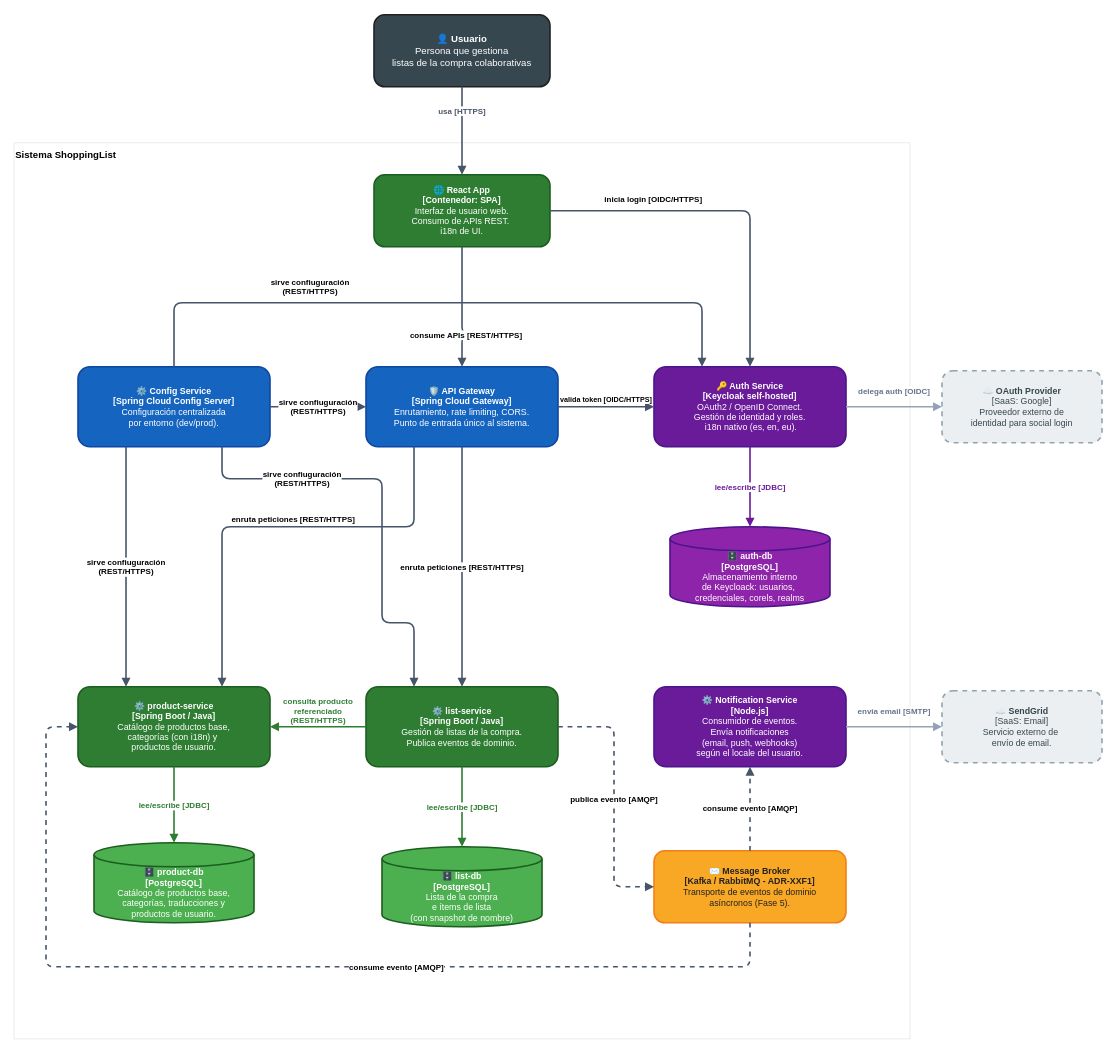
This is docs/architecture/img/c4-level2-containers.drawio.xml from ivborrezo/shopping-list, a draw.io file, before an edit. Source tidied: cells renumbered, new cells numbered last; positions are measured from the earlier drawing's top-left corner, leaving out a move shared by most shapes. Both pictures are drawn from the tidied source at 80%, with x=0, y=0 at pixel (14, 14).
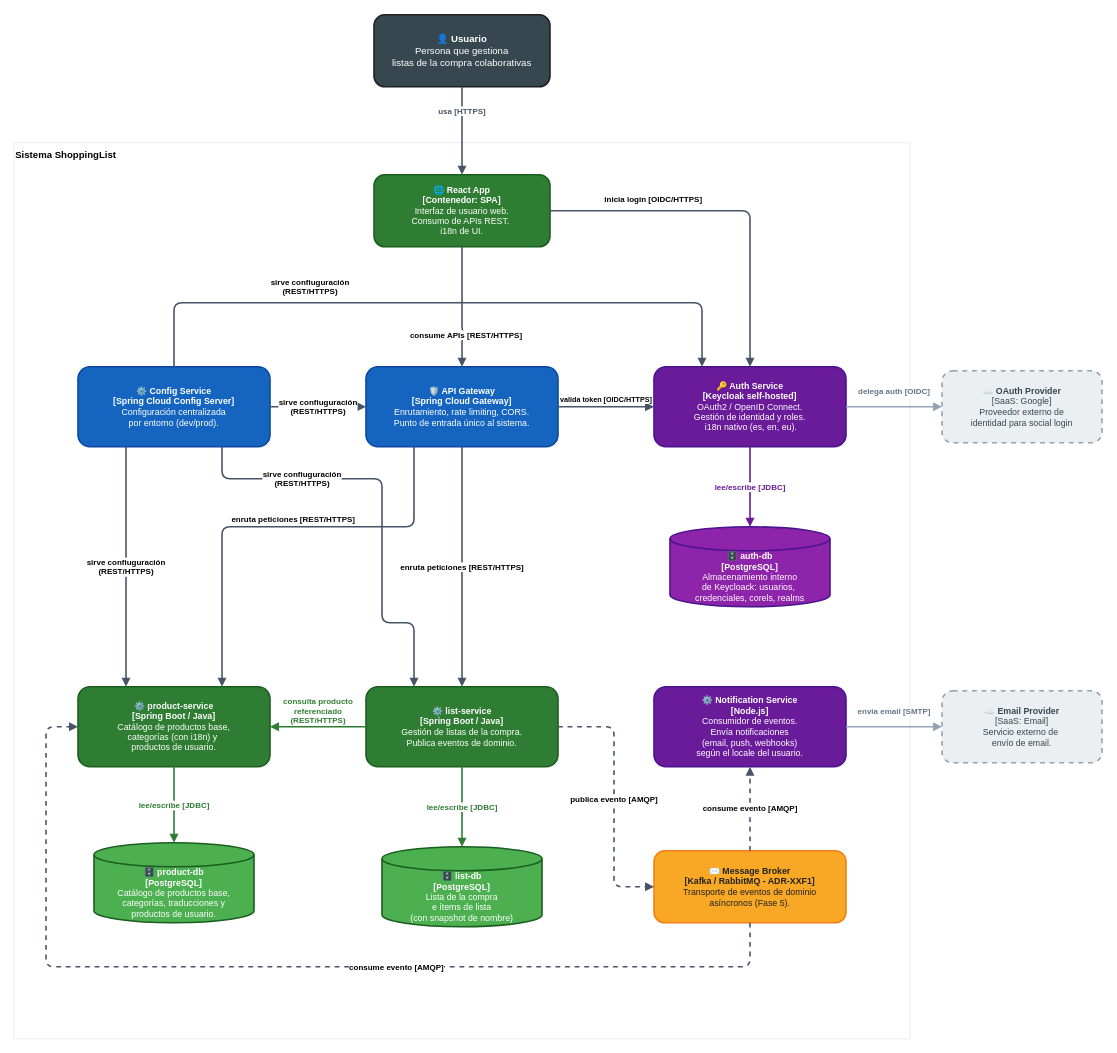
The same page after the edit.

Commit message (it also covers changes not shown here):
docs(architecture): dejar genérico el proveedor de email del C4

El proveedor concreto no es una decisión tomada; se alinea con el
tratamiento genérico de OAuth Provider. El .svg se regenera desde el
.drawio.xml.

Diff of the diagram source:
```diff
@@
-    <mxCell id="16" value="&lt;div align=&quot;center&quot;&gt;&lt;b&gt;☁️ SendGrid&lt;/b&gt;&lt;br&gt;[SaaS: Email]&lt;br&gt;&lt;div&gt;Servicio externo de&amp;nbsp;&lt;/div&gt;&lt;div&gt;envío de email.&lt;/div&gt;&lt;/div&gt;" style="rounded=1;whiteSpace=wrap;html=1;dashed=1;fillColor=#ECEFF1;strokeColor=#90A4AE;strokeWidth=2;fontColor=#37474F;fontSize=11;align=center;" parent="1" vertex="1">
+    <mxCell id="16" value="&lt;div align=&quot;center&quot;&gt;&lt;b&gt;☁️ Email Provider&lt;/b&gt;&lt;br&gt;[SaaS: Email]&lt;br&gt;&lt;div&gt;Servicio externo de&amp;nbsp;&lt;/div&gt;&lt;div&gt;envío de email.&lt;/div&gt;&lt;/div&gt;" style="rounded=1;whiteSpace=wrap;html=1;dashed=1;fillColor=#ECEFF1;strokeColor=#90A4AE;strokeWidth=2;fontColor=#37474F;fontSize=11;align=center;" parent="1" vertex="1">
       <mxGeometry x="1160" y="845" width="200" height="90" as="geometry" />
     </mxCell>
```
